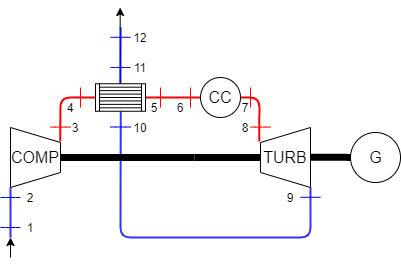
The draw.io diagram Chapitre_5/Images/RGT.png in Boreas3/TFE, before a commit. Source tidied: cells renumbered, new cells last; positions are measured from the earlier drawing's top-left corner, leaving out a move shared by most shapes.
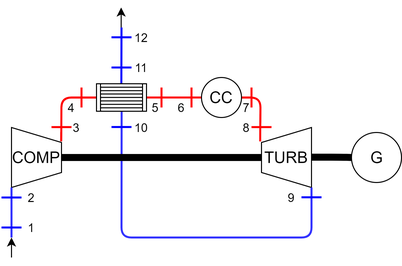
Above is the later version.

The edit, as a diff of the source:
```diff
@@ -76,7 +76,7 @@
     <mxCell id="16" value="CC" style="text;html=1;strokeColor=none;fillColor=none;align=center;verticalAlign=middle;whiteSpace=wrap;rounded=0;fontSize=16;" parent="1" vertex="1">
       <mxGeometry x="200" y="80" width="40" height="20" as="geometry" />
     </mxCell>
-    <mxCell id="17" style="endArrow=none;html=1;strokeColor=#0000FF;" parent="1" edge="1">
+    <mxCell id="17" style="endArrow=none;html=1;strokeColor=#0000FF;strokeWidth=2;" parent="1" edge="1">
       <mxGeometry relative="1" as="geometry">
         <mxPoint y="220" as="sourcePoint" />
         <mxPoint x="20" y="220" as="targetPoint" />
@@ -85,7 +85,7 @@
         </Array>
       </mxGeometry>
     </mxCell>
-    <mxCell id="18" style="endArrow=none;html=1;strokeColor=#FF0000;" parent="1" edge="1">
+    <mxCell id="18" style="endArrow=none;html=1;strokeColor=#FF0000;strokeWidth=2;" parent="1" edge="1">
       <mxGeometry relative="1" as="geometry">
         <mxPoint x="50" y="119.6" as="sourcePoint" />
         <mxPoint x="70" y="119.6" as="targetPoint" />
@@ -100,7 +100,7 @@
     <mxCell id="20" value="3" style="text;html=1;strokeColor=none;fillColor=none;align=center;verticalAlign=middle;whiteSpace=wrap;rounded=0;" parent="1" vertex="1">
       <mxGeometry x="55" y="110" width="40" height="20" as="geometry" />
     </mxCell>
-    <mxCell id="21" style="endArrow=none;html=1;strokeColor=#0000FF;" parent="1" edge="1">
+    <mxCell id="21" style="endArrow=none;html=1;strokeColor=#0000FF;strokeWidth=2;" parent="1" edge="1">
       <mxGeometry relative="1" as="geometry">
         <mxPoint y="190" as="sourcePoint" />
         <mxPoint x="20" y="190" as="targetPoint" />
@@ -112,7 +112,7 @@
     <mxCell id="22" value="2" style="text;html=1;strokeColor=none;fillColor=none;align=center;verticalAlign=middle;whiteSpace=wrap;rounded=0;" parent="1" vertex="1">
       <mxGeometry x="10" y="180" width="40" height="20" as="geometry" />
     </mxCell>
-    <mxCell id="23" style="endArrow=none;html=1;strokeColor=#FF0000;" parent="1" edge="1">
+    <mxCell id="23" style="endArrow=none;html=1;strokeColor=#FF0000;strokeWidth=2;" parent="1" edge="1">
       <mxGeometry relative="1" as="geometry">
         <mxPoint x="80" y="100" as="sourcePoint" />
         <mxPoint x="80" y="80" as="targetPoint" />
@@ -124,7 +124,7 @@
     <mxCell id="25" style="shape=mxgraph.pid.heat_exchangers.fixed_straight_tubes_heat_exchanger;html=1;align=center;verticalLabelPosition=bottom;verticalAlign=top;dashed=0;" parent="1" vertex="1">
       <mxGeometry x="95" y="76.2" width="50" height="27.5" as="geometry" />
     </mxCell>
-    <mxCell id="26" style="endArrow=none;html=1;strokeColor=#FF0000;" parent="1" edge="1">
+    <mxCell id="26" style="endArrow=none;html=1;strokeColor=#FF0000;strokeWidth=2;" parent="1" edge="1">
       <mxGeometry relative="1" as="geometry">
         <mxPoint x="160" y="100" as="sourcePoint" />
         <mxPoint x="160" y="80" as="targetPoint" />
@@ -138,7 +138,7 @@
     <mxCell id="28" value="5" style="text;html=1;strokeColor=none;fillColor=none;align=center;verticalAlign=middle;whiteSpace=wrap;rounded=0;" parent="1" vertex="1">
       <mxGeometry x="134" y="90" width="40" height="20" as="geometry" />
     </mxCell>
-    <mxCell id="29" style="endArrow=none;html=1;strokeColor=#FF0000;" parent="1" edge="1">
+    <mxCell id="29" style="endArrow=none;html=1;strokeColor=#FF0000;strokeWidth=2;" parent="1" edge="1">
       <mxGeometry relative="1" as="geometry">
         <mxPoint x="190" y="100" as="sourcePoint" />
         <mxPoint x="190" y="80" as="targetPoint" />
@@ -147,7 +147,7 @@
     <mxCell id="30" value="6" style="text;html=1;strokeColor=none;fillColor=none;align=center;verticalAlign=middle;whiteSpace=wrap;rounded=0;" parent="1" vertex="1">
       <mxGeometry x="160" y="90" width="40" height="20" as="geometry" />
     </mxCell>
-    <mxCell id="31" style="endArrow=none;html=1;strokeColor=#FF0000;" parent="1" edge="1">
+    <mxCell id="31" style="endArrow=none;html=1;strokeColor=#FF0000;strokeWidth=2;" parent="1" edge="1">
       <mxGeometry relative="1" as="geometry">
         <mxPoint x="250" y="100" as="sourcePoint" />
         <mxPoint x="250" y="80" as="targetPoint" />
@@ -156,7 +156,7 @@
     <mxCell id="32" value="7" style="text;html=1;strokeColor=none;fillColor=none;align=center;verticalAlign=middle;whiteSpace=wrap;rounded=0;" parent="1" vertex="1">
       <mxGeometry x="225" y="90" width="40" height="20" as="geometry" />
     </mxCell>
-    <mxCell id="33" style="endArrow=none;html=1;strokeColor=#FF0000;" parent="1" edge="1">
+    <mxCell id="33" style="endArrow=none;html=1;strokeColor=#FF0000;strokeWidth=2;" parent="1" edge="1">
       <mxGeometry relative="1" as="geometry">
         <mxPoint x="250" y="119.6" as="sourcePoint" />
         <mxPoint x="270" y="119.6" as="targetPoint" />
@@ -168,7 +168,7 @@
     <mxCell id="34" value="8" style="text;html=1;strokeColor=none;fillColor=none;align=center;verticalAlign=middle;whiteSpace=wrap;rounded=0;" parent="1" vertex="1">
       <mxGeometry x="225" y="110" width="40" height="20" as="geometry" />
     </mxCell>
-    <mxCell id="35" style="endArrow=none;html=1;strokeColor=#0000FF;" parent="1" edge="1">
+    <mxCell id="35" style="endArrow=none;html=1;strokeColor=#0000FF;strokeWidth=2;" parent="1" edge="1">
       <mxGeometry relative="1" as="geometry">
         <mxPoint x="300" y="189.8" as="sourcePoint" />
         <mxPoint x="320" y="189.8" as="targetPoint" />
@@ -180,7 +180,7 @@
     <mxCell id="36" value="9" style="text;html=1;strokeColor=none;fillColor=none;align=center;verticalAlign=middle;whiteSpace=wrap;rounded=0;" parent="1" vertex="1">
       <mxGeometry x="270" y="180" width="40" height="20" as="geometry" />
     </mxCell>
-    <mxCell id="37" style="endArrow=none;html=1;strokeColor=#0000FF;" parent="1" edge="1">
+    <mxCell id="37" style="endArrow=none;html=1;strokeColor=#0000FF;strokeWidth=2;" parent="1" edge="1">
       <mxGeometry relative="1" as="geometry">
         <mxPoint x="110" y="119.5" as="sourcePoint" />
         <mxPoint x="130" y="119.5" as="targetPoint" />
@@ -192,7 +192,7 @@
     <mxCell id="38" value="10" style="text;html=1;strokeColor=none;fillColor=none;align=center;verticalAlign=middle;whiteSpace=wrap;rounded=0;" parent="1" vertex="1">
       <mxGeometry x="120" y="110" width="40" height="20" as="geometry" />
     </mxCell>
-    <mxCell id="39" style="endArrow=none;html=1;strokeColor=#0000FF;" parent="1" edge="1">
+    <mxCell id="39" style="endArrow=none;html=1;strokeColor=#0000FF;strokeWidth=2;" parent="1" edge="1">
       <mxGeometry relative="1" as="geometry">
         <mxPoint x="110" y="29.8" as="sourcePoint" />
         <mxPoint x="130" y="29.8" as="targetPoint" />
@@ -204,7 +204,7 @@
     <mxCell id="40" value="12" style="text;html=1;strokeColor=none;fillColor=none;align=center;verticalAlign=middle;whiteSpace=wrap;rounded=0;" parent="1" vertex="1">
       <mxGeometry x="120" y="20" width="40" height="20" as="geometry" />
     </mxCell>
-    <mxCell id="41" style="endArrow=none;html=1;strokeColor=#0000FF;" parent="1" edge="1">
+    <mxCell id="41" style="endArrow=none;html=1;strokeColor=#0000FF;strokeWidth=2;" parent="1" edge="1">
       <mxGeometry relative="1" as="geometry">
         <mxPoint x="110" y="60" as="sourcePoint" />
         <mxPoint x="130" y="60" as="targetPoint" />
```
